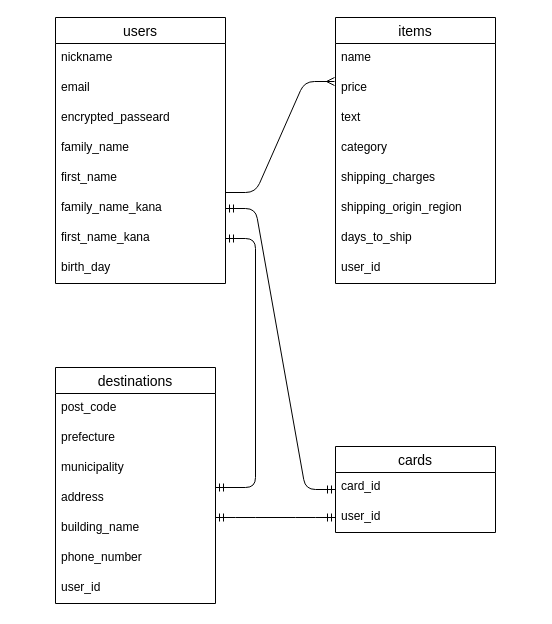
The draw.io diagram furima.dio in campdaisuki/furima-38520, before the edit. Source tidied: cells renumbered, new cells numbered last; positions are measured from the earlier drawing's top-left corner, leaving out a move shared by most shapes. Both pictures are drawn from the tidied source at 100%, with x=0, y=0 at pixel (55, 17).
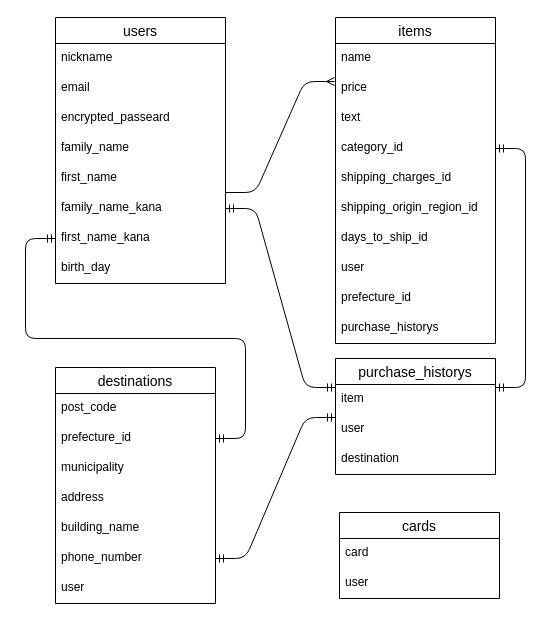
After the change.

Commit message (it also covers changes not shown here):
README.md、ER図の作成(再提出)

The change refers to these unchanged cells:
```xml
<mxCell id="8" value="family_name_kana&#10;&#10;&#10;" style="text;strokeColor=none;fillColor=none;spacingLeft=4;spacingRight=4;overflow=hidden;points=[[0,0.5],[1,0.5]];portConstraint=eastwest;fontSize=12;" parent="2" vertex="1">
  <mxGeometry y="176" width="170" height="30" as="geometry" />
</mxCell>
<mxCell id="9" value="first_name_kana" style="text;strokeColor=none;fillColor=none;spacingLeft=4;spacingRight=4;overflow=hidden;points=[[0,0.5],[1,0.5]];portConstraint=eastwest;fontSize=12;" parent="2" vertex="1">
  <mxGeometry y="206" width="170" height="30" as="geometry" />
</mxCell>
<mxCell id="20" value="destinations" style="swimlane;fontStyle=0;horizontal=1;startSize=26;align=center;fontSize=14;strokeColor=default;" parent="1" vertex="1">
  <mxGeometry y="350" width="160" height="236" as="geometry" />
</mxCell>
<mxCell id="26" value="phone_number" style="text;strokeColor=none;fillColor=none;spacingLeft=4;spacingRight=4;overflow=hidden;points=[[0,0.5],[1,0.5]];portConstraint=eastwest;fontSize=12;whiteSpace=wrap;labelBackgroundColor=none;labelBorderColor=none;" parent="20" vertex="1">
  <mxGeometry y="176" width="160" height="30" as="geometry" />
</mxCell>
```

Diff of the diagram source:
```diff
@@
     <mxCell id="11" value="items" style="swimlane;fontStyle=0;horizontal=1;startSize=26;align=center;fontSize=14;" parent="1" vertex="1">
-      <mxGeometry x="280" width="160" height="266" as="geometry" />
+      <mxGeometry x="280" width="160" height="326" as="geometry" />
     </mxCell>
@@
-    <mxCell id="15" value="category" style="text;strokeColor=none;fillColor=none;spacingLeft=4;spacingRight=4;overflow=hidden;points=[[0,0.5],[1,0.5]];portConstraint=eastwest;fontSize=12;" parent="11" vertex="1">
+    <mxCell id="15" value="category_id" style="text;strokeColor=none;fillColor=none;spacingLeft=4;spacingRight=4;overflow=hidden;points=[[0,0.5],[1,0.5]];portConstraint=eastwest;fontSize=12;" parent="11" vertex="1">
       <mxGeometry y="116" width="160" height="30" as="geometry" />
     </mxCell>
-    <mxCell id="16" value="shipping_charges" style="text;strokeColor=none;fillColor=none;spacingLeft=4;spacingRight=4;overflow=hidden;fontSize=12;" parent="11" vertex="1">
+    <mxCell id="16" value="shipping_charges_id" style="text;strokeColor=none;fillColor=none;spacingLeft=4;spacingRight=4;overflow=hidden;fontSize=12;" parent="11" vertex="1">
       <mxGeometry y="146" width="160" height="30" as="geometry" />
     </mxCell>
-    <mxCell id="17" value="shipping_origin_region" style="text;strokeColor=none;fillColor=none;spacingLeft=4;spacingRight=4;overflow=hidden;fontSize=12;" parent="11" vertex="1">
+    <mxCell id="17" value="shipping_origin_region_id" style="text;strokeColor=none;fillColor=none;spacingLeft=4;spacingRight=4;overflow=hidden;fontSize=12;" parent="11" vertex="1">
       <mxGeometry y="176" width="160" height="30" as="geometry" />
     </mxCell>
-    <mxCell id="18" value="days_to_ship" style="text;strokeColor=none;fillColor=none;spacingLeft=4;spacingRight=4;overflow=hidden;fontSize=12;" parent="11" vertex="1">
+    <mxCell id="18" value="days_to_ship_id" style="text;strokeColor=none;fillColor=none;spacingLeft=4;spacingRight=4;overflow=hidden;fontSize=12;" parent="11" vertex="1">
       <mxGeometry y="206" width="160" height="30" as="geometry" />
     </mxCell>
-    <mxCell id="19" value="user_id" style="text;strokeColor=none;fillColor=none;spacingLeft=4;spacingRight=4;overflow=hidden;fontSize=12;whiteSpace=wrap;" parent="11" vertex="1">
+    <mxCell id="19" value="user" style="text;strokeColor=none;fillColor=none;spacingLeft=4;spacingRight=4;overflow=hidden;fontSize=12;whiteSpace=wrap;" parent="11" vertex="1">
       <mxGeometry y="236" width="160" height="30" as="geometry" />
     </mxCell>
+    <mxCell id="35" value="prefecture_id" style="text;strokeColor=none;fillColor=none;spacingLeft=4;spacingRight=4;overflow=hidden;fontSize=12;whiteSpace=wrap;" parent="11" vertex="1">
+      <mxGeometry y="266" width="160" height="30" as="geometry" />
+    </mxCell>
+    <mxCell id="36" value="purchase_historys" style="text;strokeColor=none;fillColor=none;spacingLeft=4;spacingRight=4;overflow=hidden;fontSize=12;whiteSpace=wrap;" parent="11" vertex="1">
+      <mxGeometry y="296" width="160" height="30" as="geometry" />
+    </mxCell>
@@
-    <mxCell id="22" value="prefecture" style="text;strokeColor=none;fillColor=none;spacingLeft=4;spacingRight=4;overflow=hidden;points=[[0,0.5],[1,0.5]];portConstraint=eastwest;fontSize=12;" parent="20" vertex="1">
+    <mxCell id="22" value="prefecture_id" style="text;strokeColor=none;fillColor=none;spacingLeft=4;spacingRight=4;overflow=hidden;points=[[0,0.5],[1,0.5]];portConstraint=eastwest;fontSize=12;" parent="20" vertex="1">
       <mxGeometry y="56" width="160" height="30" as="geometry" />
     </mxCell>
@@
-    <mxCell id="27" value="user_id" style="text;strokeColor=none;fillColor=none;spacingLeft=4;spacingRight=4;overflow=hidden;fontSize=12;whiteSpace=wrap;labelBackgroundColor=none;labelBorderColor=none;" parent="20" vertex="1">
+    <mxCell id="27" value="user" style="text;strokeColor=none;fillColor=none;spacingLeft=4;spacingRight=4;overflow=hidden;fontSize=12;whiteSpace=wrap;labelBackgroundColor=none;labelBorderColor=none;" parent="20" vertex="1">
       <mxGeometry y="206" width="160" height="30" as="geometry" />
     </mxCell>
     <mxCell id="28" value="cards" style="swimlane;fontStyle=0;horizontal=1;startSize=26;align=center;fontSize=14;labelBackgroundColor=default;labelBorderColor=none;strokeColor=default;fillColor=none;" parent="1" vertex="1">
-      <mxGeometry x="280" y="429" width="160" height="86" as="geometry" />
+      <mxGeometry x="284" y="495" width="160" height="86" as="geometry" />
     </mxCell>
-    <mxCell id="29" value="card_id" style="text;strokeColor=none;fillColor=none;spacingLeft=4;spacingRight=4;overflow=hidden;fontSize=12;labelBackgroundColor=none;labelBorderColor=none;" parent="28" vertex="1">
+    <mxCell id="29" value="card" style="text;strokeColor=none;fillColor=none;spacingLeft=4;spacingRight=4;overflow=hidden;fontSize=12;labelBackgroundColor=none;labelBorderColor=none;" parent="28" vertex="1">
       <mxGeometry y="26" width="160" height="30" as="geometry" />
     </mxCell>
-    <mxCell id="30" value="user_id" style="text;strokeColor=none;fillColor=none;spacingLeft=4;spacingRight=4;overflow=hidden;points=[[0,0.5],[1,0.5]];portConstraint=eastwest;fontSize=12;labelBackgroundColor=none;labelBorderColor=none;" parent="28" vertex="1">
+    <mxCell id="30" value="user" style="text;strokeColor=none;fillColor=none;spacingLeft=4;spacingRight=4;overflow=hidden;points=[[0,0.5],[1,0.5]];portConstraint=eastwest;fontSize=12;labelBackgroundColor=none;labelBorderColor=none;" parent="28" vertex="1">
       <mxGeometry y="56" width="160" height="30" as="geometry" />
     </mxCell>
-    <mxCell id="31" style="edgeStyle=entityRelationEdgeStyle;fontSize=12;html=1;endArrow=ERmandOne;startArrow=ERmandOne;" parent="1" edge="1" target="30">
-      <mxGeometry relative="1" as="geometry">
-        <mxPoint x="160" y="500" as="sourcePoint" />
-      </mxGeometry>
-    </mxCell>
@@
-    <mxCell id="33" style="edgeStyle=entityRelationEdgeStyle;fontSize=12;html=1;endArrow=ERmandOne;startArrow=ERmandOne;" parent="1" edge="1" target="9">
+    <mxCell id="33" style="edgeStyle=entityRelationEdgeStyle;fontSize=12;html=1;endArrow=ERmandOne;startArrow=ERmandOne;exitX=1;exitY=0.5;exitDx=0;exitDy=0;" parent="1" edge="1" source="22">
       <mxGeometry relative="1" as="geometry">
-        <mxPoint x="160" y="470" as="sourcePoint" />
+        <mxPoint y="221" as="targetPoint" />
       </mxGeometry>
     </mxCell>
-    <mxCell id="34" style="edgeStyle=entityRelationEdgeStyle;fontSize=12;html=1;endArrow=ERmandOne;startArrow=ERmandOne;" parent="1" edge="1" source="28" target="8">
-      <mxGeometry relative="1" as="geometry" />
-    </mxCell>
+    <mxCell id="37" value="purchase_historys" style="swimlane;fontStyle=0;horizontal=1;startSize=26;align=center;fontSize=14;" parent="1" vertex="1">
+      <mxGeometry x="280" y="341" width="160" height="116" as="geometry" />
+    </mxCell>
+    <mxCell id="38" value="item" style="text;strokeColor=none;fillColor=none;spacingLeft=4;spacingRight=4;overflow=hidden;fontSize=12;" parent="37" vertex="1">
+      <mxGeometry y="26" width="160" height="30" as="geometry" />
+    </mxCell>
+    <mxCell id="39" value="user" style="text;strokeColor=none;fillColor=none;spacingLeft=4;spacingRight=4;overflow=hidden;fontSize=12;" parent="37" vertex="1">
+      <mxGeometry y="56" width="160" height="30" as="geometry" />
+    </mxCell>
+    <mxCell id="40" value="destination" style="text;strokeColor=none;fillColor=none;spacingLeft=4;spacingRight=4;overflow=hidden;fontSize=12;" parent="37" vertex="1">
+      <mxGeometry y="86" width="160" height="30" as="geometry" />
+    </mxCell>
+    <mxCell id="41" style="edgeStyle=entityRelationEdgeStyle;fontSize=12;html=1;endArrow=ERmandOne;startArrow=ERmandOne;exitX=1;exitY=0.5;exitDx=0;exitDy=0;" parent="1" edge="1" source="26">
+      <mxGeometry relative="1" as="geometry">
+        <mxPoint x="280" y="400" as="targetPoint" />
+      </mxGeometry>
+    </mxCell>
+    <mxCell id="42" style="edgeStyle=entityRelationEdgeStyle;fontSize=12;html=1;endArrow=ERmandOne;startArrow=ERmandOne;entryX=1;entryY=0.5;entryDx=0;entryDy=0;" parent="1" edge="1" target="15">
+      <mxGeometry relative="1" as="geometry">
+        <mxPoint x="440" y="370" as="sourcePoint" />
+      </mxGeometry>
+    </mxCell>
+    <mxCell id="43" style="edgeStyle=entityRelationEdgeStyle;fontSize=12;html=1;endArrow=ERmandOne;startArrow=ERmandOne;exitX=0;exitY=0.25;exitDx=0;exitDy=0;entryX=1;entryY=0.5;entryDx=0;entryDy=0;" parent="1" edge="1" source="37" target="8">
+      <mxGeometry relative="1" as="geometry" />
+    </mxCell>
```
